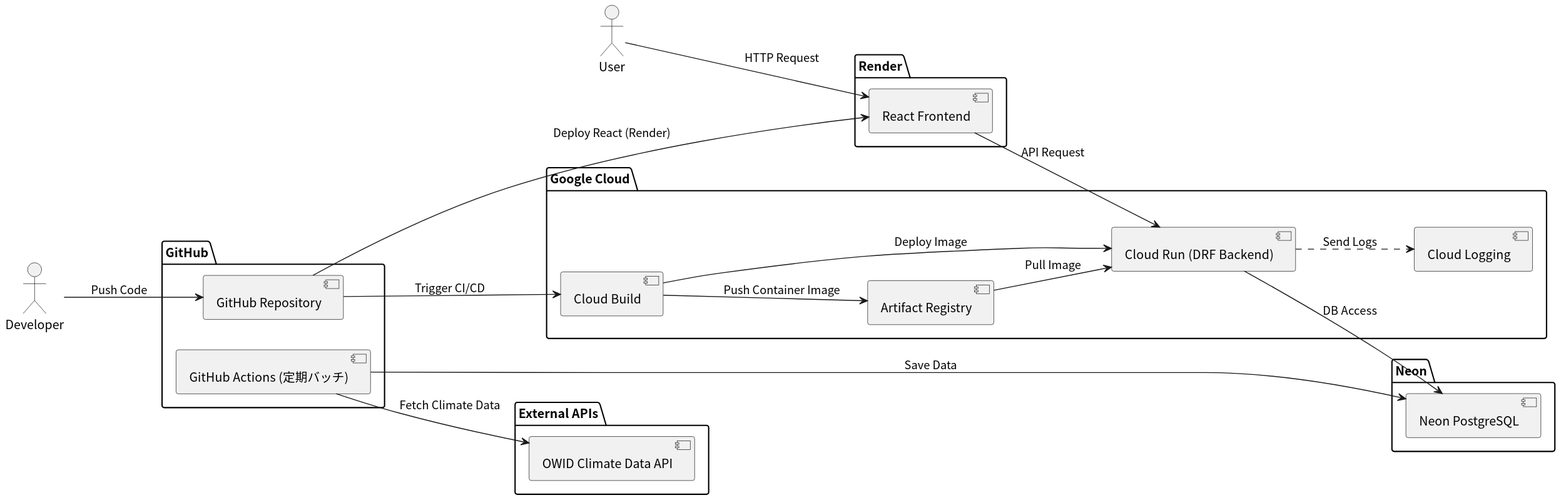
Above: docs/system_architecture/system_architecture/system_architecture.svg in tomoki-shiozaki/climate-change-app-v2 (PlantUML), before the change. Its diagram source:
```plantuml
@startuml
skinparam defaultFontName "Noto Sans CJK JP"
left to right direction

actor User
actor Developer

package "Render" {
  component "React Frontend" as Frontend
}

package "Google Cloud" {
  component "Cloud Build" as CloudBuild
  component "Artifact Registry" as ArtifactRegistry
  component "Cloud Run (DRF Backend)" as CloudRun
  component "Cloud Logging" as Logging
}

package "Neon" {
  component "Neon PostgreSQL" as NeonPostgreSQL
}

package "External APIs" {
  component "OWID Climate Data API" as OWIDAPI
}

package "GitHub" {
  component "GitHub Repository" as GitHubRepo
  component "GitHub Actions (定期バッチ)" as GitHubActions
}

Developer --> GitHubRepo : Push Code
GitHubRepo --> CloudBuild : Trigger CI/CD
CloudBuild --> ArtifactRegistry : Push Container Image
CloudBuild --> CloudRun : Deploy Image
ArtifactRegistry --> CloudRun : Pull Image

GitHubRepo --> Frontend : Deploy React (Render)

GitHubActions --> OWIDAPI : Fetch Climate Data
GitHubActions --> NeonPostgreSQL : Save Data

User --> Frontend : HTTP Request
Frontend --> CloudRun : API Request
CloudRun --> NeonPostgreSQL : DB Access
CloudRun ..> Logging : Send Logs
@enduml
```
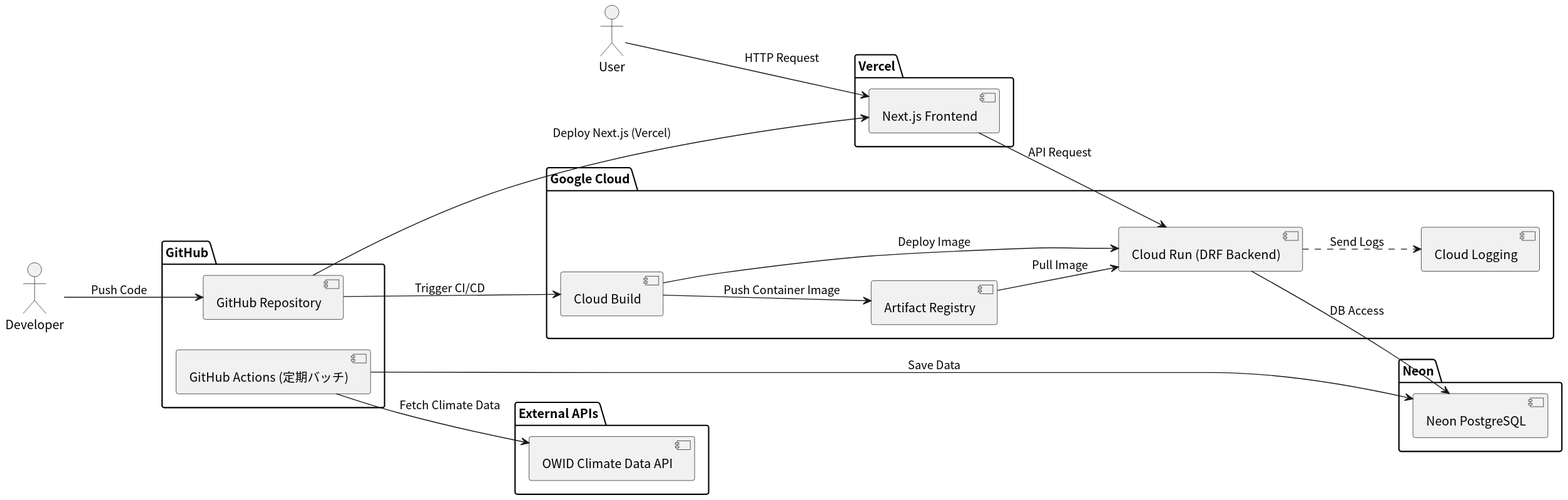
Later version of the same file.

What changed in the source:
```diff
@@ -5,8 +5,8 @@
 actor User
 actor Developer
 
-package "Render" {
-  component "React Frontend" as Frontend
+package "Vercel" {
+  component "Next.js Frontend" as Frontend
 }
 
 package "Google Cloud" {
@@ -35,7 +35,7 @@
 CloudBuild --> CloudRun : Deploy Image
 ArtifactRegistry --> CloudRun : Pull Image
 
-GitHubRepo --> Frontend : Deploy React (Render)
+GitHubRepo --> Frontend : Deploy Next.js (Vercel)
 
 GitHubActions --> OWIDAPI : Fetch Climate Data
 GitHubActions --> NeonPostgreSQL : Save Data
```
